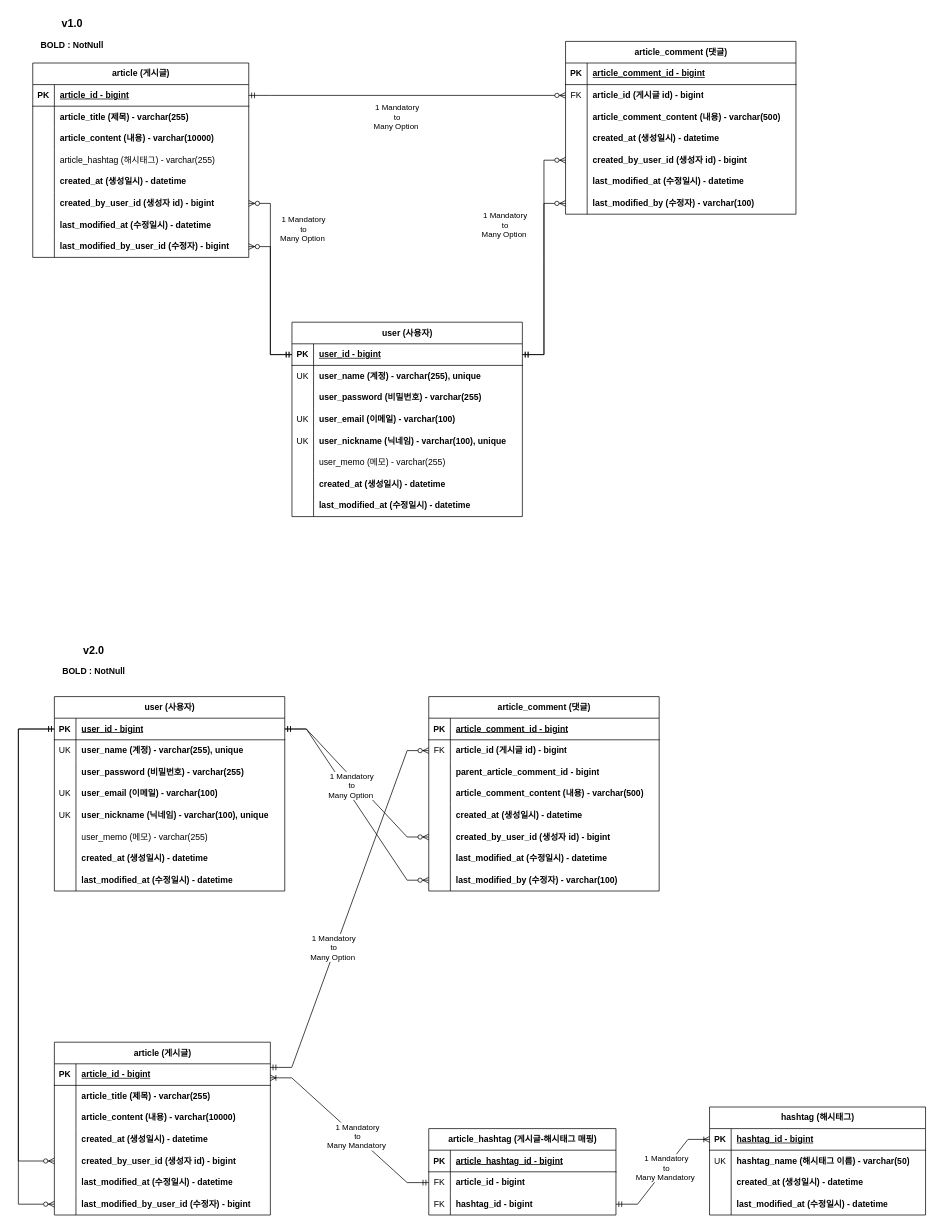
mykim8710/project-board keeps this draw.io diagram as document/project-board_ERD.drawio. Above is the earlier version. Source tidied: cells renumbered, new cells numbered last; positions are measured from the earlier drawing's top-left corner, leaving out a move shared by most shapes. Both pictures are drawn from the tidied source at 72%, with x=0, y=0 at pixel (18, 12).
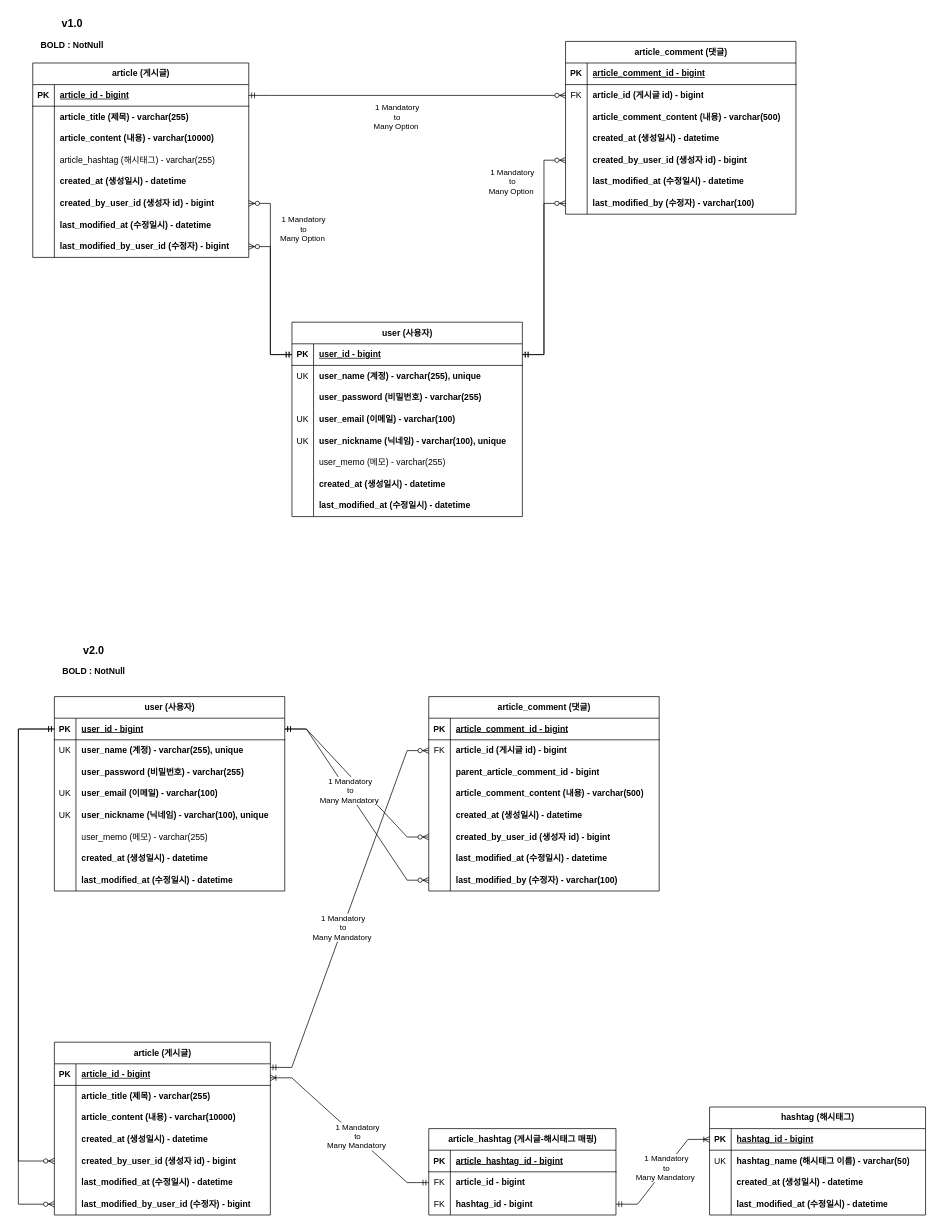
Above is the later version.

Commit message:
develop - ERD 다이어그램 수정

Change to the diagram source:
```diff
@@
     <mxCell id="79" value="1 Mandatory &lt;br&gt;to&lt;br&gt;Many Option&amp;nbsp;" style="edgeLabel;html=1;align=center;verticalAlign=middle;" parent="1" vertex="1">
-      <mxGeometry x="610" y="290" as="geometry">
+      <mxGeometry x="620" y="230" as="geometry">
         <mxPoint x="65" y="4" as="offset" />
       </mxGeometry>
     </mxCell>
@@
-    <mxCell id="186" value="1 Mandatory &lt;br&gt;to&lt;br&gt;Many Option&amp;nbsp;" style="edgeLabel;html=1;align=center;verticalAlign=middle;" parent="1" vertex="1">
-      <mxGeometry x="370" y="270" as="geometry">
-        <mxPoint x="67" y="1028" as="offset" />
-      </mxGeometry>
-    </mxCell>
@@
-    <mxCell id="191" value="1 Mandatory &lt;br&gt;to&lt;br&gt;Many Option&amp;nbsp;" style="edgeLabel;html=1;align=center;verticalAlign=middle;" parent="1" vertex="1">
-      <mxGeometry x="395" y="45" as="geometry">
-        <mxPoint x="67" y="1028" as="offset" />
-      </mxGeometry>
-    </mxCell>
+    <mxCell id="192" value="1 Mandatory &lt;br&gt;to&lt;br&gt;Many Mandatory&amp;nbsp;" style="edgeLabel;html=1;align=center;verticalAlign=middle;" parent="1" vertex="1">
+      <mxGeometry x="450" y="1270" as="geometry" />
+    </mxCell>
+    <mxCell id="193" value="1 Mandatory &lt;br&gt;to&lt;br&gt;Many Mandatory&amp;nbsp;" style="edgeLabel;html=1;align=center;verticalAlign=middle;" parent="1" vertex="1">
+      <mxGeometry x="460" y="1080" as="geometry" />
+    </mxCell>
```
